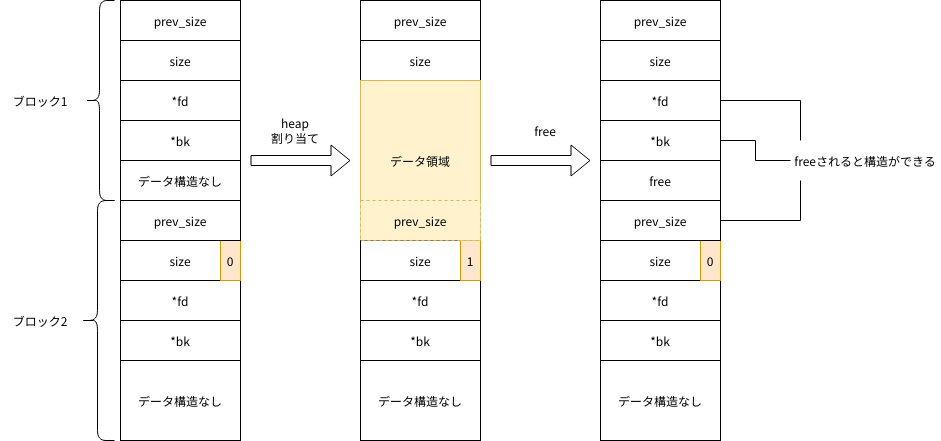
The draw.io diagram PNG/heap4.png in kurotojp/pwn, before a commit. Source tidied: cells renumbered, new cells last; positions are measured from the earlier drawing's top-left corner, leaving out a move shared by most shapes.
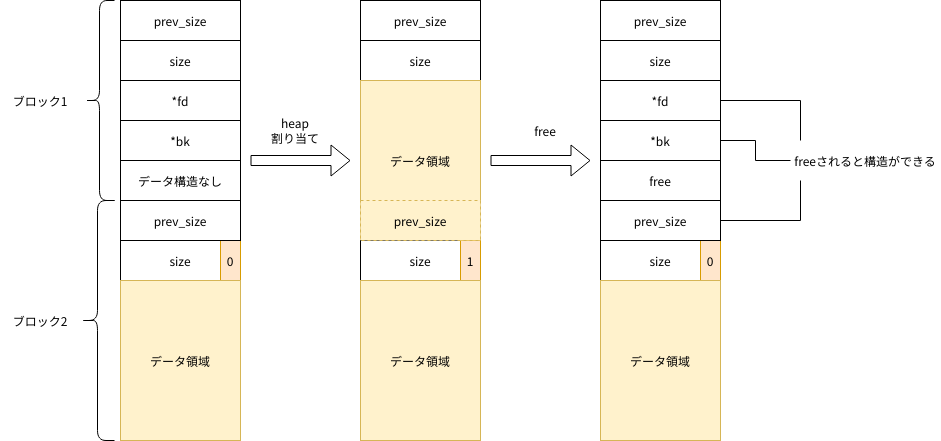
The same file after the commit.

Commit message:
heap4.pngの図を手直しした

What changed in the source:
```diff
@@ -29,15 +29,6 @@
     <mxCell id="10" value="size" style="rounded=0;whiteSpace=wrap;html=1;" parent="1" vertex="1">
       <mxGeometry x="360" y="240" width="120" height="40" as="geometry" />
     </mxCell>
-    <mxCell id="11" value="*fd" style="rounded=0;whiteSpace=wrap;html=1;" parent="1" vertex="1">
-      <mxGeometry x="360" y="280" width="120" height="40" as="geometry" />
-    </mxCell>
-    <mxCell id="12" value="*bk" style="rounded=0;whiteSpace=wrap;html=1;" parent="1" vertex="1">
-      <mxGeometry x="360" y="320" width="120" height="40" as="geometry" />
-    </mxCell>
-    <mxCell id="13" value="データ構造なし" style="rounded=0;whiteSpace=wrap;html=1;" parent="1" vertex="1">
-      <mxGeometry x="360" y="360" width="120" height="80" as="geometry" />
-    </mxCell>
     <mxCell id="14" value="1" style="rounded=0;whiteSpace=wrap;html=1;fillColor=#ffe6cc;strokeColor=#d79b00;" parent="1" vertex="1">
       <mxGeometry x="460" y="240" width="20" height="40" as="geometry" />
     </mxCell>
@@ -47,15 +38,6 @@
     <mxCell id="16" value="size" style="rounded=0;whiteSpace=wrap;html=1;" parent="1" vertex="1">
       <mxGeometry x="120" y="240" width="120" height="40" as="geometry" />
     </mxCell>
-    <mxCell id="17" value="*fd" style="rounded=0;whiteSpace=wrap;html=1;" parent="1" vertex="1">
-      <mxGeometry x="120" y="280" width="120" height="40" as="geometry" />
-    </mxCell>
-    <mxCell id="18" value="*bk" style="rounded=0;whiteSpace=wrap;html=1;" parent="1" vertex="1">
-      <mxGeometry x="120" y="320" width="120" height="40" as="geometry" />
-    </mxCell>
-    <mxCell id="19" value="データ構造なし" style="rounded=0;whiteSpace=wrap;html=1;" parent="1" vertex="1">
-      <mxGeometry x="120" y="360" width="120" height="80" as="geometry" />
-    </mxCell>
     <mxCell id="20" value="0" style="rounded=0;whiteSpace=wrap;html=1;fillColor=#ffe6cc;strokeColor=#d79b00;" parent="1" vertex="1">
       <mxGeometry x="220" y="240" width="20" height="40" as="geometry" />
     </mxCell>
@@ -120,15 +102,6 @@
     <mxCell id="37" value="size" style="rounded=0;whiteSpace=wrap;html=1;" parent="1" vertex="1">
       <mxGeometry x="600" y="240" width="120" height="40" as="geometry" />
     </mxCell>
-    <mxCell id="38" value="*fd" style="rounded=0;whiteSpace=wrap;html=1;" parent="1" vertex="1">
-      <mxGeometry x="600" y="280" width="120" height="40" as="geometry" />
-    </mxCell>
-    <mxCell id="39" value="*bk" style="rounded=0;whiteSpace=wrap;html=1;" parent="1" vertex="1">
-      <mxGeometry x="600" y="320" width="120" height="40" as="geometry" />
-    </mxCell>
-    <mxCell id="40" value="データ構造なし" style="rounded=0;whiteSpace=wrap;html=1;" parent="1" vertex="1">
-      <mxGeometry x="600" y="360" width="120" height="80" as="geometry" />
-    </mxCell>
     <mxCell id="41" value="0" style="rounded=0;whiteSpace=wrap;html=1;fillColor=#ffe6cc;strokeColor=#d79b00;" parent="1" vertex="1">
       <mxGeometry x="700" y="240" width="20" height="40" as="geometry" />
     </mxCell>
@@ -143,5 +116,14 @@
     <mxCell id="44" value="freeされると構造ができる" style="text;html=1;strokeColor=none;fillColor=none;align=center;verticalAlign=middle;whiteSpace=wrap;rounded=0;" parent="1" vertex="1">
       <mxGeometry x="790" y="150" width="150" height="20" as="geometry" />
     </mxCell>
+    <mxCell id="45" value="データ領域" style="rounded=0;whiteSpace=wrap;html=1;fillColor=#fff2cc;strokeColor=#d6b656;" parent="1" vertex="1">
+      <mxGeometry x="120" y="280" width="120" height="160" as="geometry" />
+    </mxCell>
+    <mxCell id="46" value="データ領域" style="rounded=0;whiteSpace=wrap;html=1;fillColor=#fff2cc;strokeColor=#d6b656;" parent="1" vertex="1">
+      <mxGeometry x="360" y="280" width="120" height="160" as="geometry" />
+    </mxCell>
+    <mxCell id="47" value="データ領域" style="rounded=0;whiteSpace=wrap;html=1;fillColor=#fff2cc;strokeColor=#d6b656;" parent="1" vertex="1">
+      <mxGeometry x="600" y="280" width="120" height="160" as="geometry" />
+    </mxCell>
   </root>
 </mxGraphModel>
```
